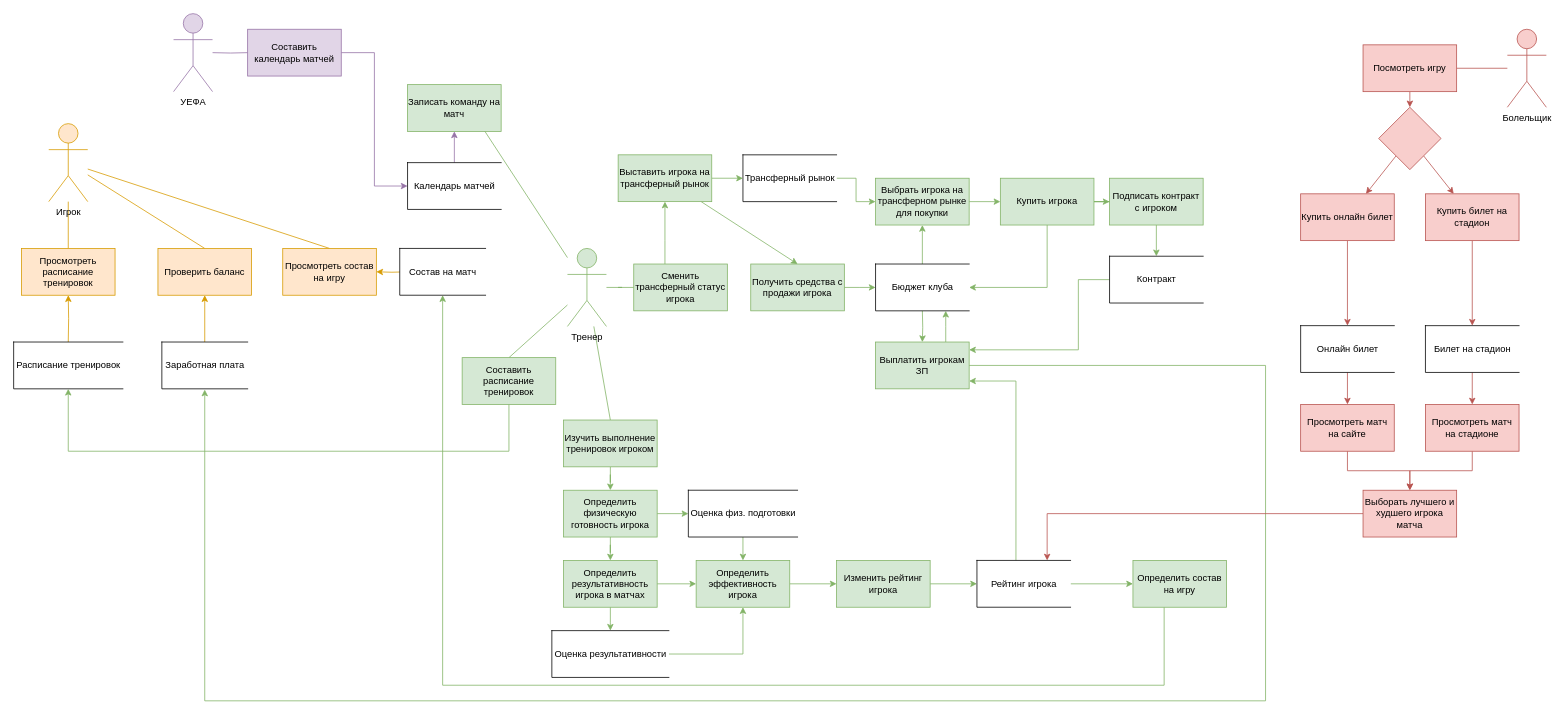
Above: DFD Diagramm.drawio in Alexsander996/football (draw.io), before the change. Source tidied: cells renumbered, new cells numbered last; positions are measured from the earlier drawing's top-left corner, leaving out a move shared by most shapes. Both pictures are drawn from the tidied source at 78%, with x=0, y=0 at pixel (13, 13).
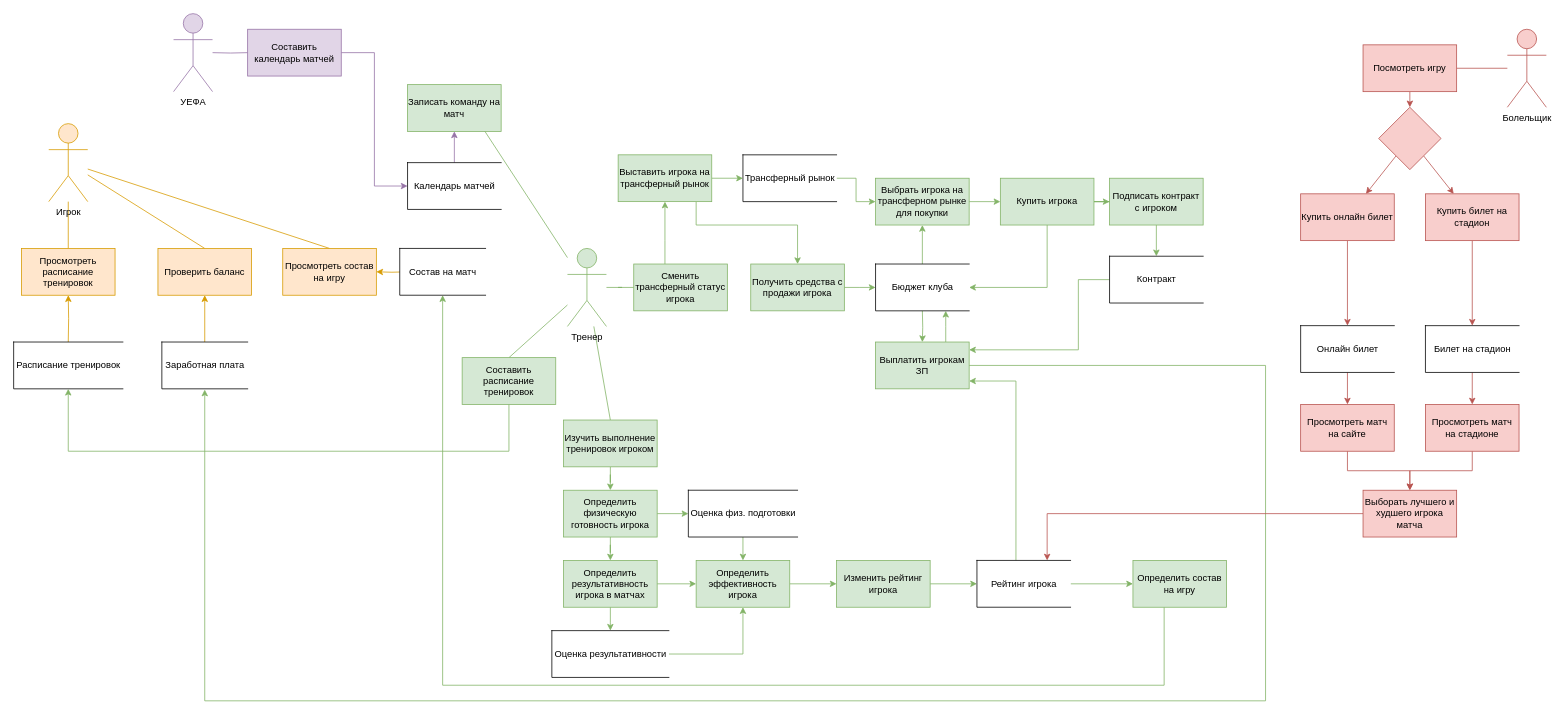
After the change.

The change refers to these unchanged cells:
```xml
<mxCell id="37" value="Получить средства с продажи игрока" style="rounded=0;whiteSpace=wrap;html=1;fillColor=#d5e8d4;strokeColor=#82b366;" parent="1" vertex="1">
  <mxGeometry x="945" y="321" width="120" height="60" as="geometry" />
</mxCell>
<mxCell id="71" value="Выставить игрока на трансферный рынок&lt;br&gt;" style="rounded=0;whiteSpace=wrap;html=1;fillColor=#d5e8d4;strokeColor=#82b366;" parent="1" vertex="1">
  <mxGeometry x="775" y="181" width="120" height="60" as="geometry" />
</mxCell>
```

Diff of the diagram source:
```diff
@@
-    <mxCell id="70" style="rounded=0;jettySize=auto;html=1;entryX=0.5;entryY=0;entryDx=0;entryDy=0;fillColor=#d5e8d4;strokeColor=#82b366;" parent="1" edge="1" source="71" target="37">
-      <mxGeometry relative="1" as="geometry" />
+    <mxCell id="70" style="rounded=0;jettySize=auto;html=1;entryX=0.5;entryY=0;entryDx=0;entryDy=0;fillColor=#d5e8d4;strokeColor=#82b366;edgeStyle=orthogonalEdgeStyle;" parent="1" edge="1" source="71" target="37">
+      <mxGeometry relative="1" as="geometry">
+        <Array as="points">
+          <mxPoint x="875" y="271" />
+          <mxPoint x="1005" y="271" />
+        </Array>
+      </mxGeometry>
     </mxCell>
```
